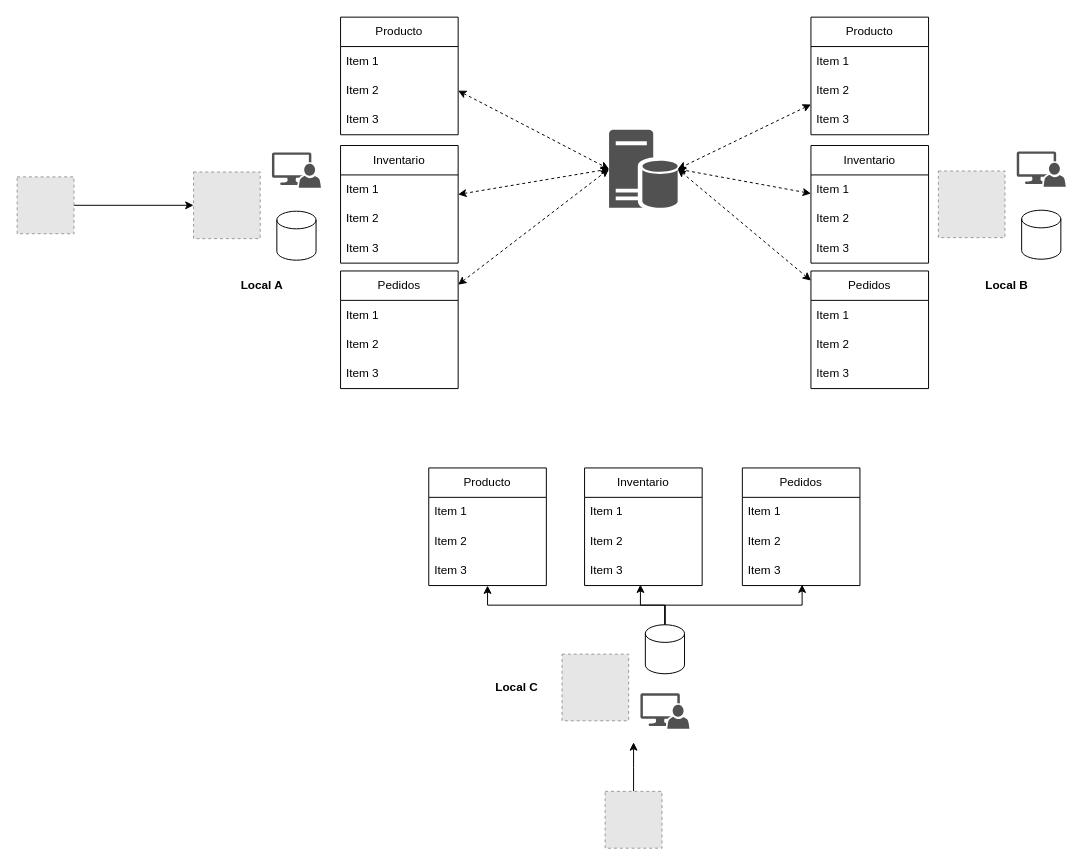
This is arquitectura/utec-ejemplo-aplicacion-nosql.drawio from slasheldiego/utec-curso-big-data, a draw.io file, before an edit. Source tidied: cells renumbered, new cells numbered last; positions are measured from the earlier drawing's top-left corner, leaving out a move shared by most shapes. Both pictures are drawn from the tidied source at 98%, with x=0, y=0 at pixel (17, 17). Pictures stored in the file or linked from it are replaced by grey dashed boxes.
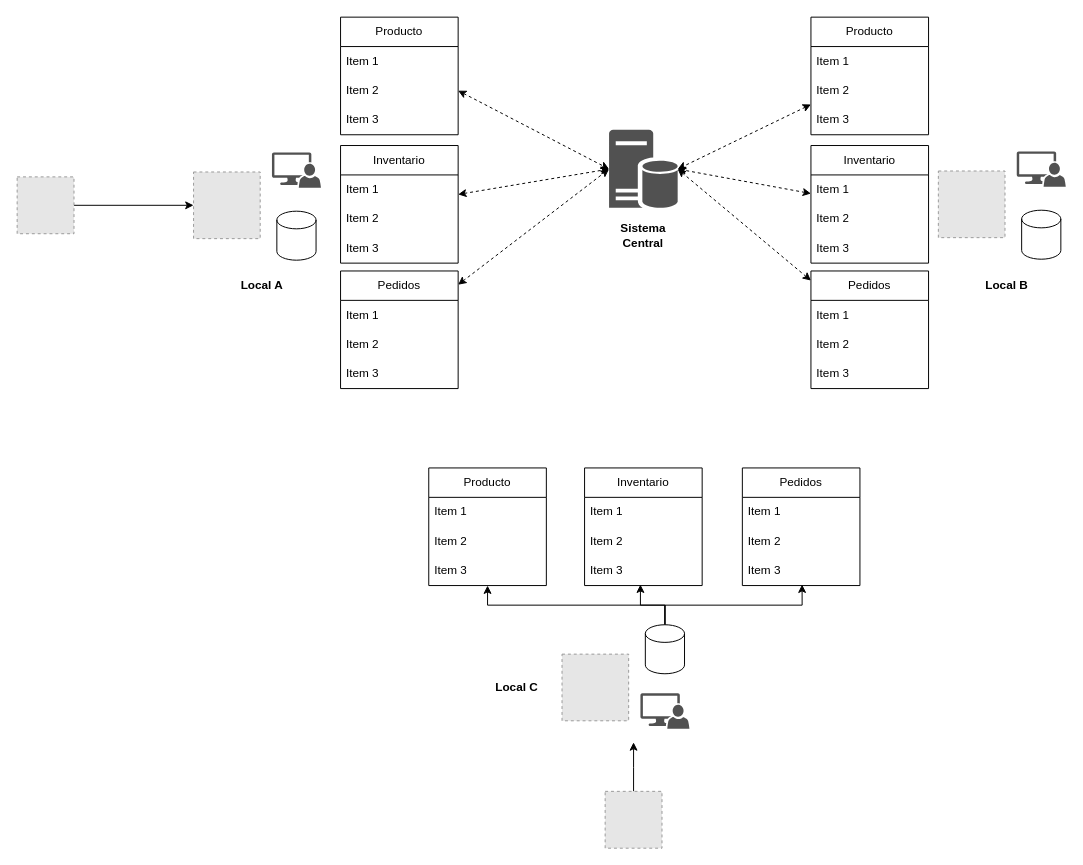
After the change.

Change to the diagram source:
```diff
@@
+    <mxCell id="64" value="Sistema Central" style="text;html=1;strokeColor=none;fillColor=none;align=center;verticalAlign=middle;whiteSpace=wrap;rounded=0;fontStyle=1;" parent="1" vertex="1">
+      <mxGeometry x="609" y="208" width="60" height="30" as="geometry" />
+    </mxCell>
```
